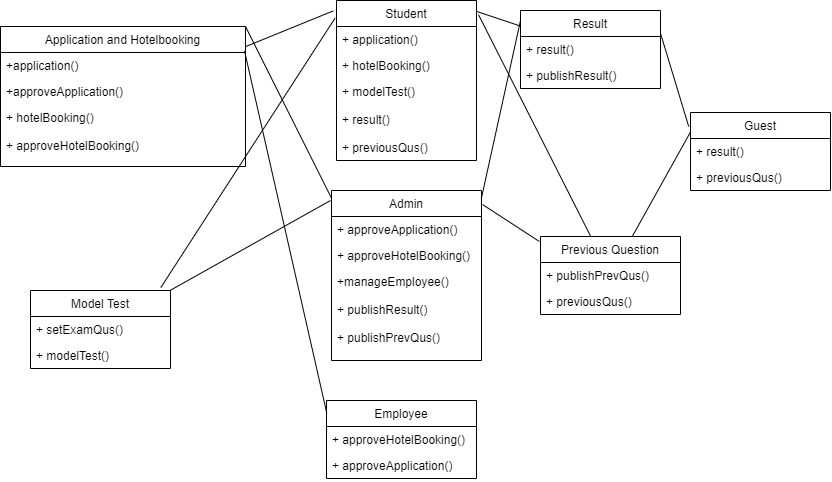
This is class_diagram_uas.png from SabiulSabit/UML-Diagram-For-Project, a draw.io export, as it was before one commit. Source tidied: cells renumbered, new cells last; positions are measured from the earlier drawing's top-left corner, leaving out a move shared by most shapes.
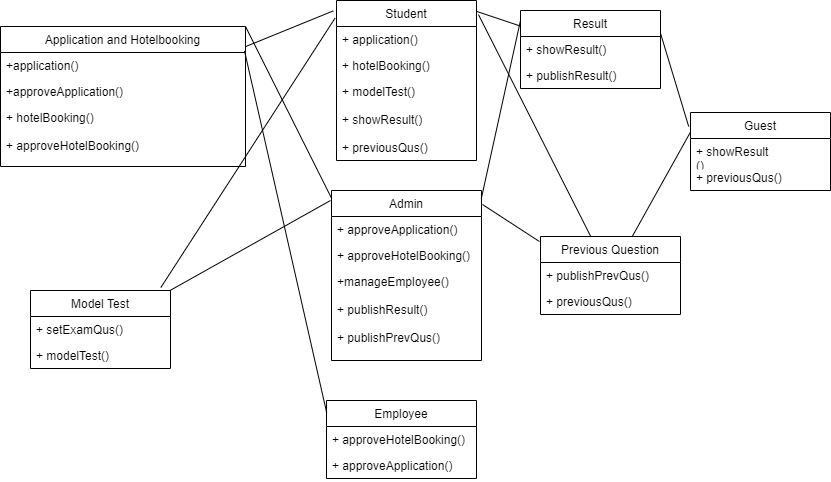
Later version of the same file.

Change to the diagram source:
```diff
@@ -11,13 +11,13 @@
     <mxCell id="4" value="+ hotelBooking()&#10;" style="text;strokeColor=none;fillColor=none;align=left;verticalAlign=top;spacingLeft=4;spacingRight=4;overflow=hidden;" parent="2" vertex="1">
       <mxGeometry y="52" width="140" height="26" as="geometry" />
     </mxCell>
-    <mxCell id="5" value="+ modelTest()&#10;&#10;+ result()&#10;&#10;+ previousQus()" style="text;strokeColor=none;fillColor=none;align=left;verticalAlign=top;spacingLeft=4;spacingRight=4;overflow=hidden;" parent="2" vertex="1">
+    <mxCell id="5" value="+ modelTest()&#10;&#10;+ showResult()&#10;&#10;+ previousQus()" style="text;strokeColor=none;fillColor=none;align=left;verticalAlign=top;spacingLeft=4;spacingRight=4;overflow=hidden;" parent="2" vertex="1">
       <mxGeometry y="78" width="140" height="82" as="geometry" />
     </mxCell>
     <mxCell id="6" value="Guest" style="swimlane;fontStyle=0;horizontal=1;startSize=26;fillColor=none;" parent="1" vertex="1">
       <mxGeometry x="690" y="112" width="140" height="78" as="geometry" />
     </mxCell>
-    <mxCell id="7" value="+ result()" style="text;strokeColor=none;fillColor=none;align=left;verticalAlign=top;spacingLeft=4;spacingRight=4;overflow=hidden;" parent="6" vertex="1">
+    <mxCell id="7" value="+ showResult&#10;()" style="text;strokeColor=none;fillColor=none;align=left;verticalAlign=top;spacingLeft=4;spacingRight=4;overflow=hidden;" parent="6" vertex="1">
       <mxGeometry y="26" width="140" height="26" as="geometry" />
     </mxCell>
     <mxCell id="8" value="+ previousQus()" style="text;strokeColor=none;fillColor=none;align=left;verticalAlign=top;spacingLeft=4;spacingRight=4;overflow=hidden;" parent="6" vertex="1">
@@ -47,7 +47,7 @@
     <mxCell id="16" value="Result" style="swimlane;fontStyle=0;horizontal=1;startSize=26;fillColor=none;" parent="1" vertex="1">
       <mxGeometry x="520" y="10" width="140" height="78" as="geometry" />
     </mxCell>
-    <mxCell id="17" value="+ result()" style="text;strokeColor=none;fillColor=none;align=left;verticalAlign=top;spacingLeft=4;spacingRight=4;overflow=hidden;points=[[0,0.5],[1,0.5]];portConstraint=eastwest;" parent="16" vertex="1">
+    <mxCell id="17" value="+ showResult()" style="text;strokeColor=none;fillColor=none;align=left;verticalAlign=top;spacingLeft=4;spacingRight=4;overflow=hidden;points=[[0,0.5],[1,0.5]];portConstraint=eastwest;" parent="16" vertex="1">
       <mxGeometry y="26" width="140" height="26" as="geometry" />
     </mxCell>
     <mxCell id="18" value="+ publishResult()" style="text;strokeColor=none;fillColor=none;align=left;verticalAlign=top;spacingLeft=4;spacingRight=4;overflow=hidden;" parent="16" vertex="1">
```
